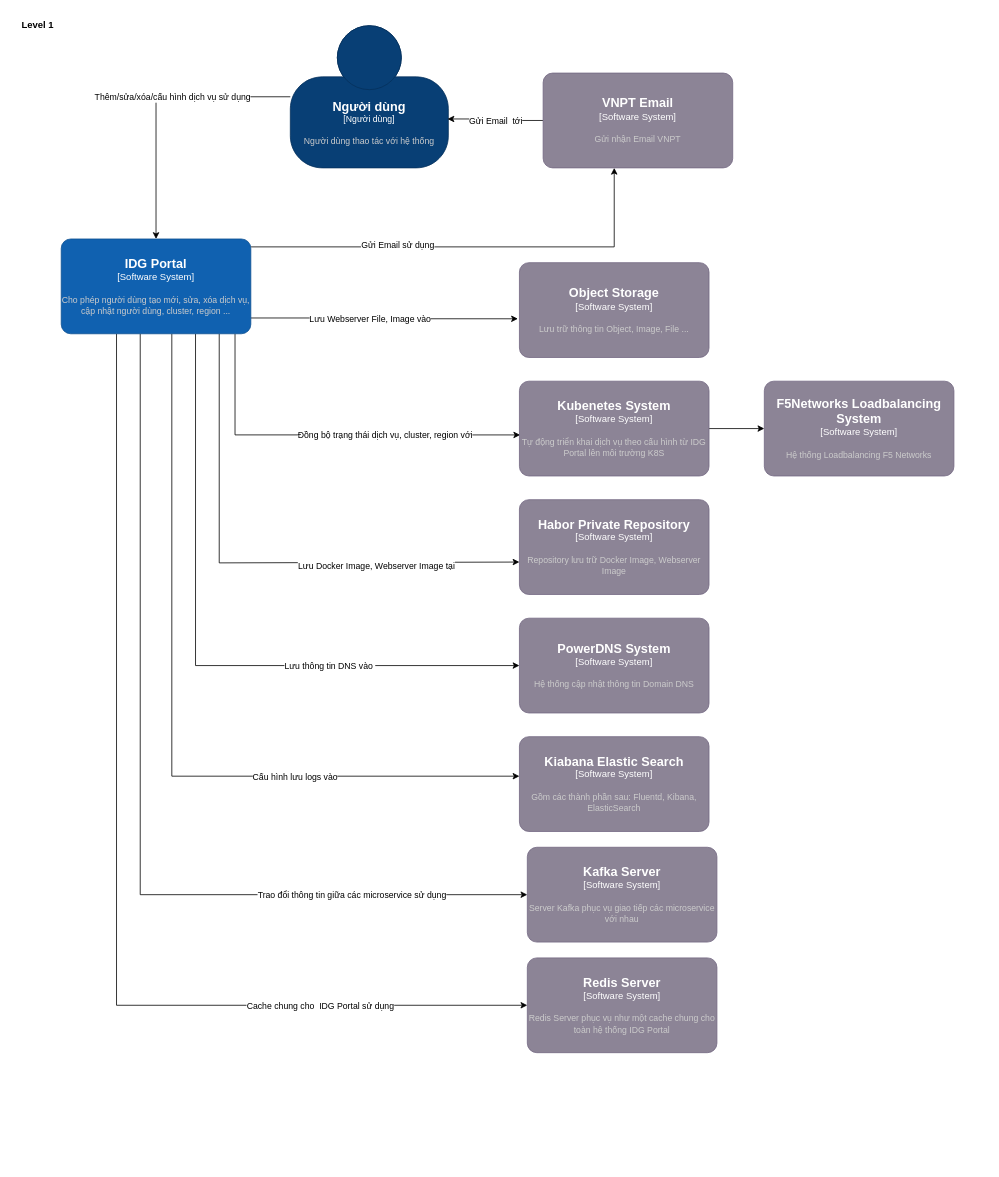
The draw.io diagram IDG-Portal.drawio in dangngocsoncntt/draw.io, before the edit. Source tidied: cells renumbered, new cells numbered last; positions are measured from the earlier drawing's top-left corner, leaving out a move shared by most shapes. Both pictures are drawn from the tidied source at 79%, with x=0, y=0 at pixel (13, 13).
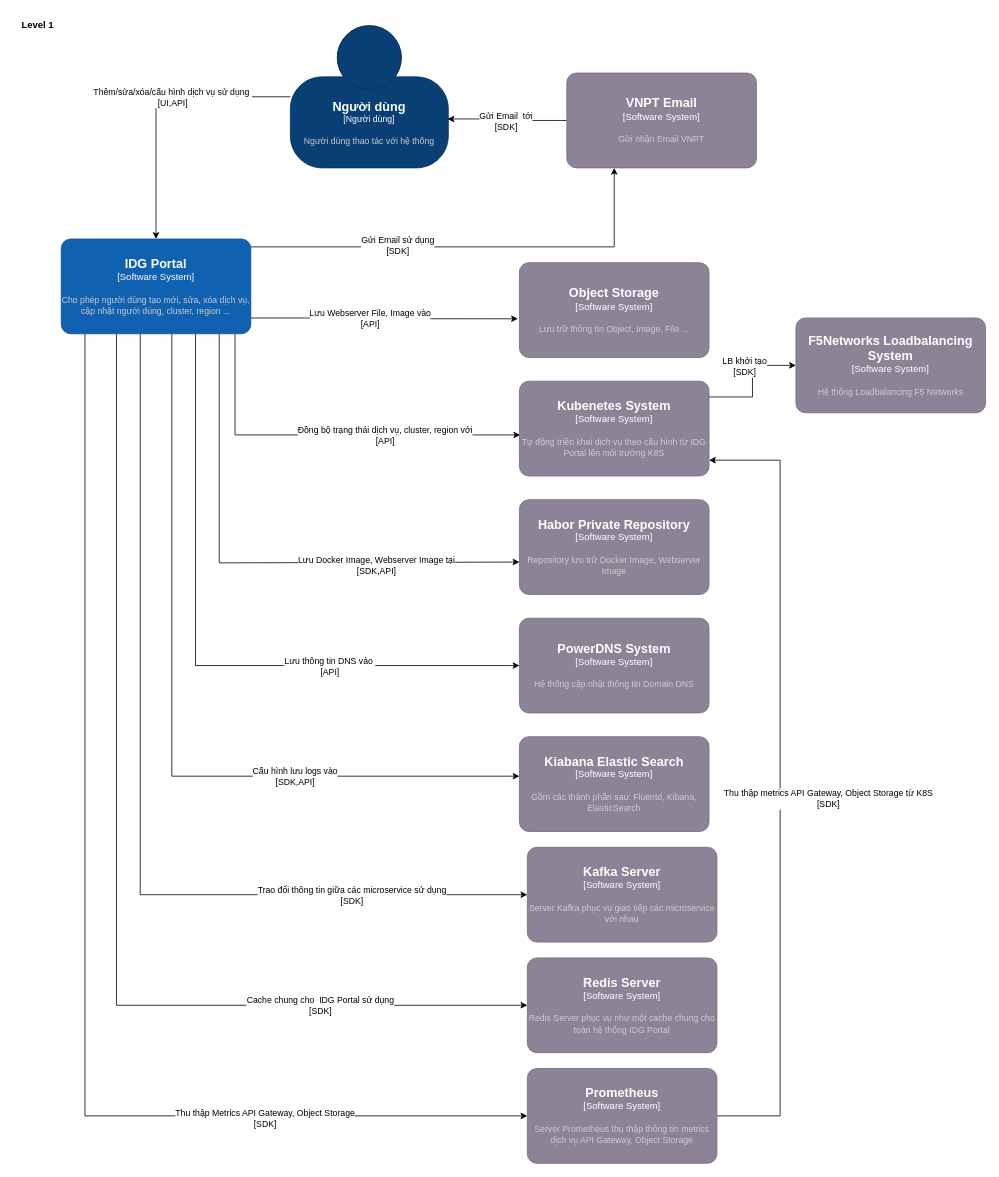
The same page after the edit.

The change refers to these unchanged cells:
```xml
<mxCell id="2" style="edgeStyle=orthogonalEdgeStyle;rounded=0;jettySize=auto;html=1;entryX=0.5;entryY=0;entryDx=0;entryDy=0;entryPerimeter=0;" parent="1" edge="1" source="4" target="21">
  <mxGeometry relative="1" as="geometry" />
</mxCell>
<mxCell id="5" style="edgeStyle=orthogonalEdgeStyle;rounded=0;jettySize=auto;html=1;" parent="1" edge="1" source="21" target="24">
  <mxGeometry relative="1" as="geometry">
    <Array as="points">
      <mxPoint x="760" y="295" />
    </Array>
  </mxGeometry>
</mxCell>
<mxCell id="7" style="edgeStyle=orthogonalEdgeStyle;rounded=0;jettySize=auto;html=1;entryX=-0.008;entryY=0.592;entryDx=0;entryDy=0;entryPerimeter=0;" parent="1" edge="1" source="21" target="25">
  <mxGeometry relative="1" as="geometry">
    <Array as="points">
      <mxPoint x="520" y="385" />
      <mxPoint x="520" y="386" />
    </Array>
  </mxGeometry>
</mxCell>
<mxCell id="9" style="edgeStyle=orthogonalEdgeStyle;rounded=0;jettySize=auto;html=1;entryX=0.004;entryY=0.567;entryDx=0;entryDy=0;entryPerimeter=0;" parent="1" edge="1" source="21" target="27">
  <mxGeometry relative="1" as="geometry">
    <Array as="points">
      <mxPoint x="280" y="533" />
    </Array>
  </mxGeometry>
</mxCell>
<mxCell id="11" style="edgeStyle=orthogonalEdgeStyle;rounded=0;jettySize=auto;html=1;entryX=0;entryY=0.658;entryDx=0;entryDy=0;entryPerimeter=0;" parent="1" edge="1" source="21" target="28">
  <mxGeometry relative="1" as="geometry">
    <Array as="points">
      <mxPoint x="260" y="695" />
    </Array>
  </mxGeometry>
</mxCell>
<mxCell id="13" style="edgeStyle=orthogonalEdgeStyle;rounded=0;jettySize=auto;html=1;" parent="1" edge="1" source="21" target="31">
  <mxGeometry relative="1" as="geometry">
    <Array as="points">
      <mxPoint x="230" y="825" />
    </Array>
  </mxGeometry>
</mxCell>
<mxCell id="15" style="edgeStyle=orthogonalEdgeStyle;rounded=0;jettySize=auto;html=1;" parent="1" edge="1" source="21" target="32">
  <mxGeometry relative="1" as="geometry">
    <Array as="points">
      <mxPoint x="200" y="965" />
    </Array>
  </mxGeometry>
</mxCell>
<mxCell id="17" style="edgeStyle=orthogonalEdgeStyle;rounded=0;jettySize=auto;html=1;" parent="1" edge="1" source="21" target="33">
  <mxGeometry relative="1" as="geometry">
    <Array as="points">
      <mxPoint x="160" y="1115" />
    </Array>
  </mxGeometry>
</mxCell>
<mxCell id="19" style="edgeStyle=orthogonalEdgeStyle;rounded=0;jettySize=auto;html=1;" parent="1" edge="1" source="21" target="34">
  <mxGeometry relative="1" as="geometry">
    <Array as="points">
      <mxPoint x="130" y="1255" />
    </Array>
  </mxGeometry>
</mxCell>
<object id="21" label="&lt;font style=&quot;font-size: 16px&quot;&gt;&lt;b&gt;%c4Name%&lt;/b&gt;&lt;/font&gt;&lt;div&gt;[%c4Type%]&lt;/div&gt;&lt;br&gt;&lt;div&gt;&lt;font style=&quot;font-size: 11px&quot;&gt;&lt;font color=&quot;#cccccc&quot;&gt;%c4Description%&lt;/font&gt;&lt;/div&gt;" c4Description="Cho phép người dùng tạo mới, sửa, xóa dịch vụ, cập nhật người dùng, cluster, region ..." c4Name="IDG Portal" c4Type="Software System" placeholders="1">
  <mxCell style="rounded=1;whiteSpace=wrap;html=1;labelBackgroundColor=none;fillColor=#1061B0;fontColor=#ffffff;align=center;arcSize=10;strokeColor=#0D5091;points=[[0.25,0,0],[0.5,0,0],[0.75,0,0],[1,0.25,0],[1,0.5,0],[1,0.75,0],[0.75,1,0],[0.5,1,0],[0.25,1,0],[0,0.75,0],[0,0.5,0],[0,0.25,0]];" parent="1" vertex="1">
    <mxGeometry x="60" y="285" width="240" height="120" as="geometry" />
  </mxCell>
</object>
<mxCell id="22" style="edgeStyle=orthogonalEdgeStyle;rounded=0;jettySize=auto;html=1;entryX=0.995;entryY=0.656;entryDx=0;entryDy=0;entryPerimeter=0;" parent="1" edge="1" source="24" target="4">
  <mxGeometry relative="1" as="geometry">
    <Array as="points">
      <mxPoint x="595" y="135" />
      <mxPoint x="595" y="133" />
    </Array>
  </mxGeometry>
</mxCell>
<object id="27" label="&lt;font style=&quot;font-size: 16px&quot;&gt;&lt;b&gt;%c4Name%&lt;/b&gt;&lt;/font&gt;&lt;div&gt;[%c4Type%]&lt;/div&gt;&lt;br&gt;&lt;div&gt;&lt;font style=&quot;font-size: 11px&quot;&gt;&lt;font color=&quot;#cccccc&quot;&gt;%c4Description%&lt;/font&gt;&lt;/div&gt;" c4Description="Tự động triển khai dịch vụ theo cấu hình từ IDG Portal lên môi trường K8S" c4Name="Kubenetes System" c4Type="Software System" placeholders="1">
  <mxCell style="rounded=1;whiteSpace=wrap;html=1;labelBackgroundColor=none;fillColor=#8C8496;fontColor=#ffffff;align=center;arcSize=10;strokeColor=#736782;points=[[0.25,0,0],[0.5,0,0],[0.75,0,0],[1,0.25,0],[1,0.5,0],[1,0.75,0],[0.75,1,0],[0.5,1,0],[0.25,1,0],[0,0.75,0],[0,0.5,0],[0,0.25,0]];" parent="1" vertex="1">
    <mxGeometry x="640" y="465" width="240" height="120" as="geometry" />
  </mxCell>
</object>
```

The edit, as a diff of the source:
```diff
@@
-    <mxCell id="3" value="Thêm/sửa/xóa/cấu hình dịch vụ sử dụng" style="edgeLabel;html=1;align=center;verticalAlign=middle;" parent="2" vertex="1">
+    <mxCell id="3" value="Thêm/sửa/xóa/cấu hình dịch vụ sử dụng&amp;nbsp;&lt;br&gt;[UI,API]" style="edgeLabel;html=1;align=center;verticalAlign=middle;" parent="2" vertex="1">
       <mxGeometry x="-0.25" y="2" relative="1" as="geometry">
         <mxPoint x="-19" y="-2" as="offset" />
       </mxGeometry>
     </mxCell>
@@
-    <mxCell id="6" value="Gửi Email sử dụng" style="edgeLabel;html=1;align=center;verticalAlign=middle;" parent="5" vertex="1">
+    <mxCell id="6" value="Gửi Email sử dụng&lt;br&gt;[SDK]" style="edgeLabel;html=1;align=center;verticalAlign=middle;" parent="5" vertex="1">
       <mxGeometry x="-0.34" y="3" relative="1" as="geometry" />
     </mxCell>
@@
-    <mxCell id="8" value="Lưu Webserver File, Image vào" style="edgeLabel;html=1;align=center;verticalAlign=middle;" parent="7" vertex="1">
+    <mxCell id="8" value="Lưu Webserver File, Image vào&lt;br&gt;[API]" style="edgeLabel;html=1;align=center;verticalAlign=middle;" parent="7" vertex="1">
       <mxGeometry x="-0.61" y="-1" relative="1" as="geometry">
         <mxPoint x="84" y="-1" as="offset" />
       </mxGeometry>
     </mxCell>
@@
-    <mxCell id="10" value="Đồng bộ trạng thái dịch vụ, cluster, region với" style="edgeLabel;html=1;align=center;verticalAlign=middle;" parent="9" vertex="1">
+    <mxCell id="10" value="Đồng bộ trạng thái dịch vụ, cluster, region với&lt;br&gt;[API]" style="edgeLabel;html=1;align=center;verticalAlign=middle;" parent="9" vertex="1">
       <mxGeometry x="0.6" relative="1" as="geometry">
         <mxPoint x="-73" as="offset" />
       </mxGeometry>
     </mxCell>
@@
-    <mxCell id="12" value="Lưu Docker Image, Webserver Image tại" style="edgeLabel;html=1;align=center;verticalAlign=middle;" parent="11" vertex="1">
+    <mxCell id="12" value="Lưu Docker Image, Webserver Image tại&lt;br&gt;[SDK,API]" style="edgeLabel;html=1;align=center;verticalAlign=middle;" parent="11" vertex="1">
       <mxGeometry x="0.52" y="-4" relative="1" as="geometry">
         <mxPoint x="-21" as="offset" />
       </mxGeometry>
     </mxCell>
@@
-    <mxCell id="14" value="Lưu thông tin DNS vào&amp;nbsp;" style="edgeLabel;html=1;align=center;verticalAlign=middle;" parent="13" vertex="1">
+    <mxCell id="14" value="Lưu thông tin DNS vào&amp;nbsp;&lt;br&gt;[API]" style="edgeLabel;html=1;align=center;verticalAlign=middle;" parent="13" vertex="1">
       <mxGeometry x="0.35" y="2" relative="1" as="geometry">
         <mxPoint x="29" y="2" as="offset" />
       </mxGeometry>
     </mxCell>
@@
-    <mxCell id="16" value="Cấu hình lưu logs vào" style="edgeLabel;html=1;align=center;verticalAlign=middle;" parent="15" vertex="1">
+    <mxCell id="16" value="Cấu hình lưu logs vào&lt;br&gt;[SDK,API]" style="edgeLabel;html=1;align=center;verticalAlign=middle;" parent="15" vertex="1">
       <mxGeometry x="0.43" relative="1" as="geometry" />
     </mxCell>
@@
-    <mxCell id="18" value="Trao đổi thông tin giữa các microservice sử dụng" style="edgeLabel;html=1;align=center;verticalAlign=middle;" parent="17" vertex="1">
+    <mxCell id="18" value="Trao đổi thông tin giữa các microservice sử dụng&lt;br&gt;[SDK]" style="edgeLabel;html=1;align=center;verticalAlign=middle;" parent="17" vertex="1">
       <mxGeometry x="0.73" y="1" relative="1" as="geometry">
         <mxPoint x="-61" y="1" as="offset" />
       </mxGeometry>
     </mxCell>
@@
-    <mxCell id="20" value="Cache chung cho&amp;nbsp; IDG Portal sử dụng" style="edgeLabel;html=1;align=center;verticalAlign=middle;" parent="19" vertex="1">
+    <mxCell id="20" value="Cache chung cho&amp;nbsp; IDG Portal sử dụng&lt;br&gt;[SDK]" style="edgeLabel;html=1;align=center;verticalAlign=middle;" parent="19" vertex="1">
       <mxGeometry x="0.74" y="-1" relative="1" as="geometry">
         <mxPoint x="-85" y="-1" as="offset" />
       </mxGeometry>
     </mxCell>
+    <mxCell id="35" style="edgeStyle=orthogonalEdgeStyle;rounded=0;jettySize=auto;html=1;" parent="1" edge="1" source="21" target="40">
+      <mxGeometry relative="1" as="geometry">
+        <Array as="points">
+          <mxPoint x="90" y="1395" />
+        </Array>
+      </mxGeometry>
+    </mxCell>
+    <mxCell id="36" value="Thu thập Metrics API Gateway, Object Storage&lt;br&gt;[SDK]" style="edgeLabel;html=1;align=center;verticalAlign=middle;" parent="35" vertex="1">
+      <mxGeometry x="0.57" y="-3" relative="1" as="geometry" />
+    </mxCell>
@@
-    <mxCell id="23" value="Gửi Email&amp;nbsp; tới" style="edgeLabel;html=1;align=center;verticalAlign=middle;" parent="22" vertex="1">
+    <mxCell id="23" value="Gửi Email&amp;nbsp; tới&lt;br&gt;[SDK]" style="edgeLabel;html=1;align=center;verticalAlign=middle;" parent="22" vertex="1">
       <mxGeometry x="0.18" y="-1" relative="1" as="geometry">
         <mxPoint x="12" y="1" as="offset" />
       </mxGeometry>
     </mxCell>
     <object id="24" label="&lt;font style=&quot;font-size: 16px&quot;&gt;&lt;b&gt;%c4Name%&lt;/b&gt;&lt;/font&gt;&lt;div&gt;[%c4Type%]&lt;/div&gt;&lt;br&gt;&lt;div&gt;&lt;font style=&quot;font-size: 11px&quot;&gt;&lt;font color=&quot;#cccccc&quot;&gt;%c4Description%&lt;/font&gt;&lt;/div&gt;" c4Description="Gửi nhận Email VNPT" c4Name="VNPT Email" c4Type="Software System" placeholders="1">
       <mxCell style="rounded=1;whiteSpace=wrap;html=1;labelBackgroundColor=none;fillColor=#8C8496;fontColor=#ffffff;align=center;arcSize=10;strokeColor=#736782;points=[[0.25,0,0],[0.5,0,0],[0.75,0,0],[1,0.25,0],[1,0.5,0],[1,0.75,0],[0.75,1,0],[0.5,1,0],[0.25,1,0],[0,0.75,0],[0,0.5,0],[0,0.25,0]];" parent="1" vertex="1">
-        <mxGeometry x="670" y="75" width="240" height="120" as="geometry" />
+        <mxGeometry x="700" y="75" width="240" height="120" as="geometry" />
       </mxCell>
     </object>
@@
     <mxCell id="26" style="edgeStyle=orthogonalEdgeStyle;rounded=0;jettySize=auto;html=1;" parent="1" edge="1" source="27" target="30">
-      <mxGeometry relative="1" as="geometry" />
+      <mxGeometry relative="1" as="geometry">
+        <Array as="points">
+          <mxPoint x="935" y="485" />
+          <mxPoint x="935" y="445" />
+        </Array>
+      </mxGeometry>
     </mxCell>
+    <mxCell id="37" value="LB khởi tạo&lt;br&gt;[SDK]" style="edgeLabel;html=1;align=center;verticalAlign=middle;" parent="26" vertex="1">
+      <mxGeometry x="0.24" y="-1" relative="1" as="geometry">
+        <mxPoint x="-12" y="-1" as="offset" />
+      </mxGeometry>
+    </mxCell>
@@
     <object id="30" label="&lt;font style=&quot;font-size: 16px&quot;&gt;&lt;b&gt;%c4Name%&lt;/b&gt;&lt;/font&gt;&lt;div&gt;[%c4Type%]&lt;/div&gt;&lt;br&gt;&lt;div&gt;&lt;font style=&quot;font-size: 11px&quot;&gt;&lt;font color=&quot;#cccccc&quot;&gt;%c4Description%&lt;/font&gt;&lt;/div&gt;" c4Description="Hệ thống Loadbalancing F5 Networks" c4Name="F5Networks Loadbalancing System" c4Type="Software System" placeholders="1">
       <mxCell style="rounded=1;whiteSpace=wrap;html=1;labelBackgroundColor=none;fillColor=#8C8496;fontColor=#ffffff;align=center;arcSize=10;strokeColor=#736782;points=[[0.25,0,0],[0.5,0,0],[0.75,0,0],[1,0.25,0],[1,0.5,0],[1,0.75,0],[0.75,1,0],[0.5,1,0],[0.25,1,0],[0,0.75,0],[0,0.5,0],[0,0.25,0]];" parent="1" vertex="1">
-        <mxGeometry x="950" y="465" width="240" height="120" as="geometry" />
+        <mxGeometry x="990" y="385" width="240" height="120" as="geometry" />
       </mxCell>
     </object>
@@
+    <mxCell id="38" style="edgeStyle=orthogonalEdgeStyle;rounded=0;jettySize=auto;html=1;" parent="1" edge="1" source="40" target="27">
+      <mxGeometry relative="1" as="geometry">
+        <Array as="points">
+          <mxPoint x="970" y="1395" />
+          <mxPoint x="970" y="565" />
+        </Array>
+      </mxGeometry>
+    </mxCell>
+    <mxCell id="39" value="Thu thập metrics API Gateway, Object Storage từ K8S&lt;br&gt;[SDK]" style="edgeLabel;html=1;align=center;verticalAlign=middle;" parent="38" vertex="1">
+      <mxGeometry x="-0.11" y="-7" relative="1" as="geometry">
+        <mxPoint x="53" y="-37" as="offset" />
+      </mxGeometry>
+    </mxCell>
+    <object id="40" label="&lt;font style=&quot;font-size: 16px&quot;&gt;&lt;b&gt;%c4Name%&lt;/b&gt;&lt;/font&gt;&lt;div&gt;[%c4Type%]&lt;/div&gt;&lt;br&gt;&lt;div&gt;&lt;font style=&quot;font-size: 11px&quot;&gt;&lt;font color=&quot;#cccccc&quot;&gt;%c4Description%&lt;/font&gt;&lt;/div&gt;" c4Description="Server Prometheus thu thập thông tin metrics dịch vụ API Gateway, Object Storage" c4Name="Prometheus" c4Type="Software System" placeholders="1">
+      <mxCell style="rounded=1;whiteSpace=wrap;html=1;labelBackgroundColor=none;fillColor=#8C8496;fontColor=#ffffff;align=center;arcSize=10;strokeColor=#736782;points=[[0.25,0,0],[0.5,0,0],[0.75,0,0],[1,0.25,0],[1,0.5,0],[1,0.75,0],[0.75,1,0],[0.5,1,0],[0.25,1,0],[0,0.75,0],[0,0.5,0],[0,0.25,0]];" parent="1" vertex="1">
+        <mxGeometry x="650" y="1335" width="240" height="120" as="geometry" />
+      </mxCell>
+    </object>
```
